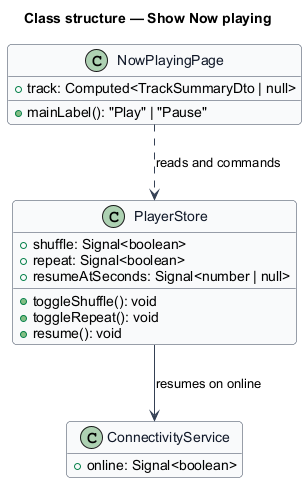
This is docs/detailed-designs/playback/now-playing/diagrams/class-structure.png from QuinntyneBrown/hummi, a PlantUML export, as it was before one commit. The source it was exported from:
```plantuml
@startuml
skinparam backgroundColor #FFFFFF
skinparam shadowing false
skinparam roundcorner 8
skinparam defaultFontName Arial
skinparam ArrowColor #344054
skinparam class {
  BorderColor #344054
  FontColor #101828
  BackgroundColor #F9FAFB
}
hide empty members
title Class structure — Show Now playing

class NowPlayingPage {
  +track: Computed<TrackSummaryDto | null>
  +mainLabel(): "Play" | "Pause"
}
class PlayerStore {
  +shuffle: Signal<boolean>
  +repeat: Signal<boolean>
  +resumeAtSeconds: Signal<number | null>
  +toggleShuffle(): void
  +toggleRepeat(): void
  +resume(): void
}
class ConnectivityService {
  +online: Signal<boolean>
}
NowPlayingPage ..> PlayerStore : reads and commands
PlayerStore --> ConnectivityService : resumes on online
@enduml
```
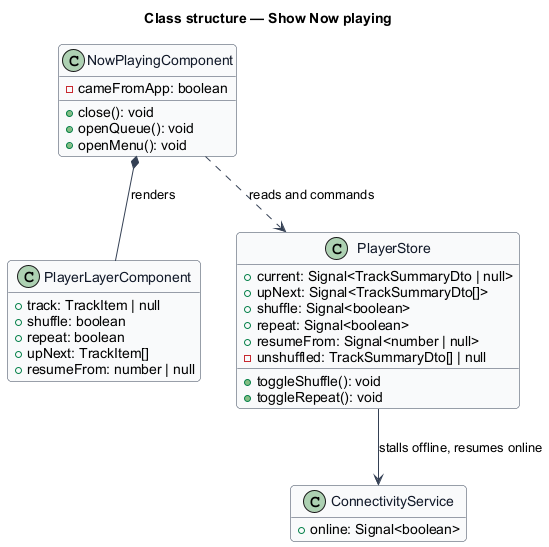
After the change.

What changed in the source:
```diff
@@ -12,21 +12,33 @@
 hide empty members
 title Class structure — Show Now playing
 
-class NowPlayingPage {
-  +track: Computed<TrackSummaryDto | null>
-  +mainLabel(): "Play" | "Pause"
+class NowPlayingComponent {
+  -cameFromApp: boolean
+  +close(): void
+  +openQueue(): void
+  +openMenu(): void
+}
+class PlayerLayerComponent {
+  +track: TrackItem | null
+  +shuffle: boolean
+  +repeat: boolean
+  +upNext: TrackItem[]
+  +resumeFrom: number | null
 }
 class PlayerStore {
+  +current: Signal<TrackSummaryDto | null>
+  +upNext: Signal<TrackSummaryDto[]>
   +shuffle: Signal<boolean>
   +repeat: Signal<boolean>
-  +resumeAtSeconds: Signal<number | null>
+  +resumeFrom: Signal<number | null>
   +toggleShuffle(): void
   +toggleRepeat(): void
-  +resume(): void
+  -unshuffled: TrackSummaryDto[] | null
 }
 class ConnectivityService {
   +online: Signal<boolean>
 }
-NowPlayingPage ..> PlayerStore : reads and commands
-PlayerStore --> ConnectivityService : resumes on online
+NowPlayingComponent *-- PlayerLayerComponent : renders
+NowPlayingComponent ..> PlayerStore : reads and commands
+PlayerStore --> ConnectivityService : stalls offline, resumes online
 @enduml
```
